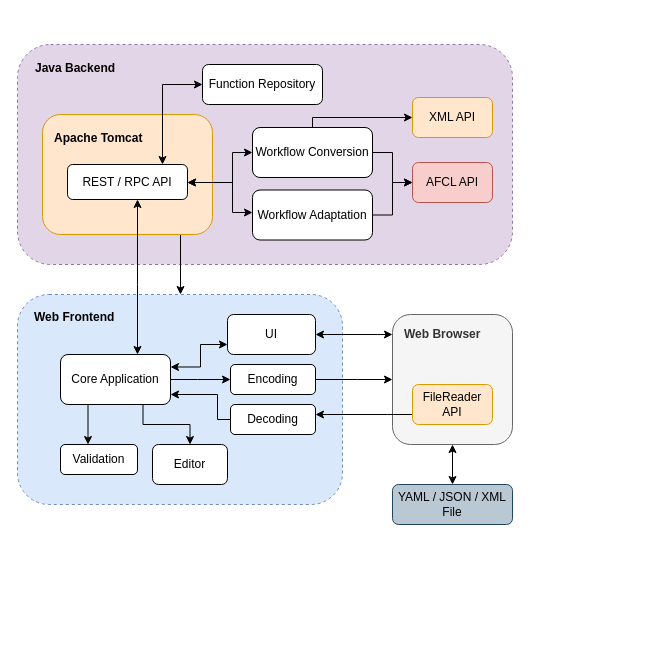
Above: doc/img/architecture.drawio in sashkoristov/FCEditor (draw.io), before the change. Source tidied: cells renumbered, new cells numbered last; positions are measured from the earlier drawing's top-left corner, leaving out a move shared by most shapes. Both pictures are drawn from the tidied source at 100%, with x=0, y=0 at pixel (17, 44).
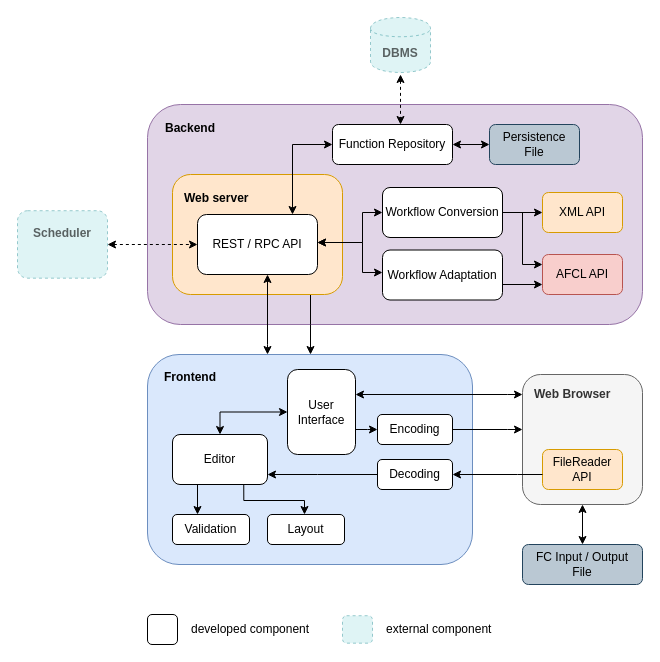
The same page after the edit.

Change to the diagram source:
```diff
@@
-    <mxCell id="2" value="Web Frontend" style="rounded=1;whiteSpace=wrap;html=1;align=left;dashed=1;verticalAlign=top;spacingLeft=6;spacing=11;fontStyle=1;fillColor=#dae8fc;strokeColor=#6c8ebf;" parent="1" vertex="1">
-      <mxGeometry y="250" width="325" height="210" as="geometry" />
+    <mxCell id="2" value="Frontend" style="rounded=1;whiteSpace=wrap;html=1;align=left;verticalAlign=top;spacingLeft=6;spacing=11;fontStyle=1;fillColor=#dae8fc;strokeColor=#6c8ebf;" parent="1" vertex="1">
+      <mxGeometry x="130" y="310" width="325" height="210" as="geometry" />
     </mxCell>
-    <mxCell id="3" value="Java Backend" style="rounded=1;whiteSpace=wrap;html=1;align=left;dashed=1;verticalAlign=top;spacingLeft=6;spacing=12;fontStyle=1;fillColor=#e1d5e7;strokeColor=#9673a6;" parent="1" vertex="1">
-      <mxGeometry width="495" height="220" as="geometry" />
+    <mxCell id="3" value="Backend" style="rounded=1;whiteSpace=wrap;html=1;align=left;verticalAlign=top;spacingLeft=6;spacing=12;fontStyle=1;fillColor=#e1d5e7;strokeColor=#9673a6;" parent="1" vertex="1">
+      <mxGeometry x="130" y="60" width="495" height="220" as="geometry" />
     </mxCell>
     <mxCell id="4" style="edgeStyle=orthogonalEdgeStyle;rounded=0;jettySize=auto;html=1;startArrow=none;startFill=0;" parent="1" edge="1" source="5" target="2">
       <mxGeometry relative="1" as="geometry">
         <Array as="points">
-          <mxPoint x="163" y="220" />
-          <mxPoint x="163" y="220" />
+          <mxPoint x="293" y="280" />
+          <mxPoint x="293" y="280" />
         </Array>
       </mxGeometry>
     </mxCell>
-    <mxCell id="5" value="&lt;div&gt;&lt;b&gt;Apache Tomcat&lt;br&gt;&lt;/b&gt;&lt;/div&gt;" style="rounded=1;whiteSpace=wrap;html=1;fillColor=#ffe6cc;strokeColor=#d79b00;align=left;verticalAlign=top;labelPosition=center;verticalLabelPosition=middle;spacingTop=0;spacing=12;" parent="1" vertex="1">
-      <mxGeometry x="25" y="70" width="170" height="120" as="geometry" />
+    <mxCell id="5" value="&lt;div&gt;&lt;b&gt;Web server&lt;br&gt;&lt;/b&gt;&lt;/div&gt;" style="rounded=1;whiteSpace=wrap;html=1;fillColor=#ffe6cc;strokeColor=#d79b00;align=left;verticalAlign=top;labelPosition=center;verticalLabelPosition=middle;spacingTop=0;spacing=12;" parent="1" vertex="1">
+      <mxGeometry x="155" y="130" width="170" height="120" as="geometry" />
     </mxCell>
-    <mxCell id="6" style="edgeStyle=orthogonalEdgeStyle;rounded=0;jettySize=auto;html=1;startArrow=none;startFill=0;" parent="1" edge="1" source="11" target="25">
-      <mxGeometry relative="1" as="geometry">
-        <Array as="points">
-          <mxPoint x="180" y="335" />
-          <mxPoint x="180" y="335" />
-        </Array>
-      </mxGeometry>
-    </mxCell>
-    <mxCell id="7" style="edgeStyle=orthogonalEdgeStyle;rounded=0;jettySize=auto;html=1;exitX=1;exitY=0.25;exitDx=0;exitDy=0;startArrow=classic;startFill=1;" parent="1" edge="1" source="11" target="28">
-      <mxGeometry relative="1" as="geometry">
-        <Array as="points">
-          <mxPoint x="183" y="323" />
-          <mxPoint x="183" y="300" />
-        </Array>
-      </mxGeometry>
-    </mxCell>
     <mxCell id="8" style="edgeStyle=orthogonalEdgeStyle;rounded=0;jettySize=auto;html=1;startArrow=classic;startFill=1;endArrow=none;endFill=0;" parent="1" edge="1" source="11" target="26">
       <mxGeometry relative="1" as="geometry">
         <Array as="points">
-          <mxPoint x="200" y="350" />
-          <mxPoint x="200" y="375" />
+          <mxPoint x="300" y="430" />
+          <mxPoint x="300" y="430" />
         </Array>
       </mxGeometry>
     </mxCell>
-    <mxCell id="9" style="edgeStyle=orthogonalEdgeStyle;rounded=0;jettySize=auto;html=1;exitX=0.25;exitY=1;exitDx=0;exitDy=0;startArrow=none;startFill=0;endArrow=classic;endFill=1;" parent="1" edge="1" source="11" target="35">
+    <mxCell id="9" style="edgeStyle=orthogonalEdgeStyle;rounded=0;jettySize=auto;html=1;startArrow=none;startFill=0;endArrow=classic;endFill=1;" parent="1" edge="1" source="11" target="35">
       <mxGeometry relative="1" as="geometry">
         <Array as="points">
-          <mxPoint x="71" y="390" />
-          <mxPoint x="71" y="390" />
+          <mxPoint x="180" y="465" />
+          <mxPoint x="180" y="465" />
         </Array>
       </mxGeometry>
     </mxCell>
-    <mxCell id="10" style="edgeStyle=orthogonalEdgeStyle;rounded=0;jettySize=auto;html=1;exitX=0.75;exitY=1;exitDx=0;exitDy=0;startArrow=none;startFill=0;endArrow=classic;endFill=1;" parent="1" edge="1" source="11" target="36">
-      <mxGeometry relative="1" as="geometry" />
-    </mxCell>
+    <mxCell id="7" style="edgeStyle=orthogonalEdgeStyle;rounded=0;jettySize=auto;html=1;exitX=0.5;exitY=0;exitDx=0;exitDy=0;entryX=0;entryY=0.5;entryDx=0;entryDy=0;startArrow=classic;startFill=1;" parent="1" edge="1" source="11" target="28">
+      <mxGeometry relative="1" as="geometry" />
+    </mxCell>
+    <mxCell id="37" style="edgeStyle=orthogonalEdgeStyle;rounded=0;jettySize=auto;html=1;exitX=0.75;exitY=1;exitDx=0;exitDy=0;startArrow=none;startFill=0;" parent="1" edge="1" source="11" target="40">
+      <mxGeometry relative="1" as="geometry">
+        <Array as="points">
+          <mxPoint x="226" y="456" />
+          <mxPoint x="287" y="456" />
+        </Array>
+      </mxGeometry>
+    </mxCell>
-    <mxCell id="11" value="Core Application" style="rounded=1;whiteSpace=wrap;html=1;" parent="1" vertex="1">
-      <mxGeometry x="43" y="310" width="110" height="50" as="geometry" />
+    <mxCell id="11" value="Editor" style="rounded=1;whiteSpace=wrap;html=1;" parent="1" vertex="1">
+      <mxGeometry x="155" y="390" width="95" height="50" as="geometry" />
     </mxCell>
-    <mxCell id="12" style="edgeStyle=orthogonalEdgeStyle;rounded=0;jettySize=auto;html=1;startArrow=classic;startFill=1;" parent="1" edge="1" source="14" target="11">
+    <mxCell id="12" style="edgeStyle=orthogonalEdgeStyle;rounded=0;jettySize=auto;html=1;startArrow=classic;startFill=1;" parent="1" edge="1" source="14">
       <mxGeometry relative="1" as="geometry">
+        <mxPoint x="250" y="310" as="targetPoint" />
         <Array as="points">
-          <mxPoint x="120" y="240" />
-          <mxPoint x="120" y="240" />
+          <mxPoint x="250" y="300" />
+          <mxPoint x="250" y="300" />
         </Array>
       </mxGeometry>
     </mxCell>
     <mxCell id="13" style="edgeStyle=orthogonalEdgeStyle;rounded=0;jettySize=auto;html=1;startArrow=classic;startFill=1;" parent="1" edge="1" source="14" target="23">
       <mxGeometry relative="1" as="geometry">
         <Array as="points">
-          <mxPoint x="145" y="40" />
+          <mxPoint x="275" y="100" />
         </Array>
       </mxGeometry>
     </mxCell>
     <mxCell id="14" value="REST / RPC API" style="rounded=1;whiteSpace=wrap;html=1;" parent="1" vertex="1">
-      <mxGeometry x="50" y="120" width="120" height="35" as="geometry" />
+      <mxGeometry x="180" y="170" width="120" height="60" as="geometry" />
     </mxCell>
-    <mxCell id="15" style="edgeStyle=orthogonalEdgeStyle;rounded=0;jettySize=auto;html=1;startArrow=none;startFill=0;" parent="1" edge="1" source="18" target="29">
-      <mxGeometry relative="1" as="geometry">
-        <Array as="points">
-          <mxPoint x="295" y="73" />
-        </Array>
-      </mxGeometry>
+    <mxCell id="15" style="edgeStyle=orthogonalEdgeStyle;rounded=0;jettySize=auto;html=1;startArrow=none;startFill=0;exitX=1;exitY=0.5;exitDx=0;exitDy=0;" parent="1" edge="1" source="18" target="29">
+      <mxGeometry relative="1" as="geometry" />
     </mxCell>
     <mxCell id="16" style="edgeStyle=orthogonalEdgeStyle;rounded=0;jettySize=auto;html=1;startArrow=classic;startFill=1;" parent="1" edge="1" source="18" target="14">
       <mxGeometry relative="1" as="geometry">
         <Array as="points">
-          <mxPoint x="215" y="108" />
-          <mxPoint x="215" y="138" />
+          <mxPoint x="345" y="168" />
+          <mxPoint x="345" y="198" />
         </Array>
       </mxGeometry>
     </mxCell>
-    <mxCell id="17" style="edgeStyle=orthogonalEdgeStyle;rounded=0;jettySize=auto;html=1;startArrow=none;startFill=0;exitX=1;exitY=0.5;exitDx=0;exitDy=0;" parent="1" edge="1" source="18" target="22">
+    <mxCell id="17" style="edgeStyle=orthogonalEdgeStyle;rounded=0;jettySize=auto;html=1;startArrow=none;startFill=0;exitX=1;exitY=0.5;exitDx=0;exitDy=0;entryX=0;entryY=0.25;entryDx=0;entryDy=0;endArrow=classic;endFill=1;" parent="1" edge="1" source="18" target="22">
       <mxGeometry relative="1" as="geometry">
         <Array as="points">
-          <mxPoint x="375" y="108" />
-          <mxPoint x="375" y="138" />
+          <mxPoint x="505" y="168" />
+          <mxPoint x="505" y="220" />
         </Array>
       </mxGeometry>
     </mxCell>
     <mxCell id="18" value="Workflow Conversion " style="rounded=1;whiteSpace=wrap;html=1;align=center;labelPosition=center;verticalLabelPosition=middle;verticalAlign=middle;" parent="1" vertex="1">
-      <mxGeometry x="235" y="83" width="120" height="50" as="geometry" />
+      <mxGeometry x="365" y="143" width="120" height="50" as="geometry" />
     </mxCell>
     <mxCell id="19" style="edgeStyle=orthogonalEdgeStyle;rounded=0;jettySize=auto;html=1;exitX=1;exitY=0.5;exitDx=0;exitDy=0;startArrow=none;startFill=0;" parent="1" edge="1" source="21" target="22">
       <mxGeometry relative="1" as="geometry">
         <Array as="points">
-          <mxPoint x="375" y="171" />
+          <mxPoint x="485" y="240" />
         </Array>
       </mxGeometry>
     </mxCell>
     <mxCell id="20" style="edgeStyle=orthogonalEdgeStyle;rounded=0;jettySize=auto;html=1;startArrow=classic;startFill=1;" parent="1" edge="1" source="21" target="14">
       <mxGeometry relative="1" as="geometry">
         <Array as="points">
-          <mxPoint x="215" y="168" />
-          <mxPoint x="215" y="138" />
+          <mxPoint x="345" y="228" />
+          <mxPoint x="345" y="198" />
         </Array>
       </mxGeometry>
     </mxCell>
     <mxCell id="21" value="Workflow Adaptation" style="rounded=1;whiteSpace=wrap;html=1;align=center;labelPosition=center;verticalLabelPosition=middle;verticalAlign=middle;" parent="1" vertex="1">
-      <mxGeometry x="235" y="145.5" width="120" height="50" as="geometry" />
+      <mxGeometry x="365" y="205.5" width="120" height="50" as="geometry" />
     </mxCell>
     <mxCell id="22" value="AFCL API" style="rounded=1;whiteSpace=wrap;html=1;align=center;labelPosition=center;verticalLabelPosition=middle;verticalAlign=middle;fillColor=#f8cecc;strokeColor=#b85450;" parent="1" vertex="1">
-      <mxGeometry x="395" y="118" width="80" height="40" as="geometry" />
+      <mxGeometry x="525" y="210" width="80" height="40" as="geometry" />
     </mxCell>
+    <mxCell id="38" style="edgeStyle=orthogonalEdgeStyle;rounded=0;jettySize=auto;html=1;exitX=1;exitY=0.5;exitDx=0;exitDy=0;entryX=0;entryY=0.5;entryDx=0;entryDy=0;startArrow=classic;startFill=1;" parent="1" edge="1" source="23" target="44">
+      <mxGeometry relative="1" as="geometry" />
+    </mxCell>
     <mxCell id="23" value="Function Repository" style="rounded=1;whiteSpace=wrap;html=1;align=center;labelPosition=center;verticalLabelPosition=middle;verticalAlign=middle;" parent="1" vertex="1">
-      <mxGeometry x="185" y="20" width="120" height="40" as="geometry" />
+      <mxGeometry x="315" y="80" width="120" height="40" as="geometry" />
     </mxCell>
-    <mxCell id="24" style="edgeStyle=orthogonalEdgeStyle;rounded=0;jettySize=auto;html=1;exitX=1;exitY=0.5;exitDx=0;exitDy=0;startArrow=none;startFill=0;endArrow=classic;endFill=1;" parent="1" edge="1" source="25" target="30">
-      <mxGeometry relative="1" as="geometry">
-        <Array as="points">
-          <mxPoint x="340" y="335" />
-          <mxPoint x="340" y="335" />
-        </Array>
-      </mxGeometry>
-    </mxCell>
-    <mxCell id="25" value="Encoding" style="rounded=1;whiteSpace=wrap;html=1;" parent="1" vertex="1">
-      <mxGeometry x="213" y="320" width="85" height="30" as="geometry" />
-    </mxCell>
-    <mxCell id="26" value="Decoding" style="rounded=1;whiteSpace=wrap;html=1;" parent="1" vertex="1">
-      <mxGeometry x="213" y="360" width="85" height="30" as="geometry" />
-    </mxCell>
     <mxCell id="27" style="edgeStyle=orthogonalEdgeStyle;rounded=0;jettySize=auto;html=1;startArrow=classic;startFill=1;" parent="1" edge="1" source="28" target="30">
       <mxGeometry relative="1" as="geometry">
         <Array as="points">
-          <mxPoint x="360" y="290" />
-          <mxPoint x="360" y="290" />
+          <mxPoint x="490" y="350" />
+          <mxPoint x="490" y="350" />
         </Array>
       </mxGeometry>
     </mxCell>
-    <mxCell id="28" value="UI" style="rounded=1;whiteSpace=wrap;html=1;" parent="1" vertex="1">
-      <mxGeometry x="210" y="270" width="88" height="40" as="geometry" />
-    </mxCell>
     <mxCell id="29" value="XML API" style="rounded=1;whiteSpace=wrap;html=1;align=center;labelPosition=center;verticalLabelPosition=middle;verticalAlign=middle;fillColor=#ffe6cc;strokeColor=#d79b00;" parent="1" vertex="1">
-      <mxGeometry x="395" y="53" width="80" height="40" as="geometry" />
+      <mxGeometry x="525" y="148" width="80" height="40" as="geometry" />
     </mxCell>
     <mxCell id="30" value="Web Browser" style="rounded=1;whiteSpace=wrap;html=1;align=left;fillColor=#f5f5f5;strokeColor=#666666;fontColor=#333333;verticalAlign=top;fontStyle=1;spacingLeft=4;spacing=8;" parent="1" vertex="1">
-      <mxGeometry x="375" y="270" width="120" height="130" as="geometry" />
+      <mxGeometry x="505" y="330" width="120" height="130" as="geometry" />
     </mxCell>
-    <mxCell id="31" style="edgeStyle=orthogonalEdgeStyle;rounded=0;jettySize=auto;html=1;startArrow=none;startFill=0;" parent="1" edge="1" source="32" target="26">
-      <mxGeometry relative="1" as="geometry">
-        <Array as="points">
-          <mxPoint x="370" y="370" />
-          <mxPoint x="370" y="370" />
-        </Array>
-      </mxGeometry>
-    </mxCell>
     <mxCell id="32" value="FileReader API" style="rounded=1;whiteSpace=wrap;html=1;align=center;labelPosition=center;verticalLabelPosition=middle;verticalAlign=middle;fillColor=#ffe6cc;strokeColor=#d79b00;" parent="1" vertex="1">
-      <mxGeometry x="395" y="340" width="80" height="40" as="geometry" />
+      <mxGeometry x="525" y="405" width="80" height="40" as="geometry" />
     </mxCell>
@@
-    <mxCell id="34" value="&lt;div&gt;YAML / JSON / XML File&lt;br&gt;&lt;/div&gt;" style="rounded=1;whiteSpace=wrap;html=1;align=center;fillColor=#bac8d3;strokeColor=#23445d;" parent="1" vertex="1">
-      <mxGeometry x="375" y="440" width="120" height="40" as="geometry" />
+    <mxCell id="34" value="&lt;div&gt;FC Input / Output&lt;br&gt;File&lt;br&gt;&lt;/div&gt;" style="rounded=1;whiteSpace=wrap;html=1;align=center;fillColor=#bac8d3;strokeColor=#23445d;" parent="1" vertex="1">
+      <mxGeometry x="505" y="500" width="120" height="40" as="geometry" />
     </mxCell>
     <mxCell id="35" value="Validation" style="rounded=1;whiteSpace=wrap;html=1;" parent="1" vertex="1">
-      <mxGeometry x="43" y="400" width="77" height="30" as="geometry" />
+      <mxGeometry x="155" y="470" width="77" height="30" as="geometry" />
     </mxCell>
-    <mxCell id="36" value="Editor" style="rounded=1;whiteSpace=wrap;html=1;" parent="1" vertex="1">
-      <mxGeometry x="135" y="400" width="75" height="40" as="geometry" />
-    </mxCell>
+    <mxCell id="39" style="edgeStyle=orthogonalEdgeStyle;rounded=0;jettySize=auto;html=1;" parent="1" edge="1" source="28" target="25">
+      <mxGeometry relative="1" as="geometry">
+        <Array as="points">
+          <mxPoint x="350" y="385" />
+          <mxPoint x="350" y="385" />
+        </Array>
+      </mxGeometry>
+    </mxCell>
+    <mxCell id="28" value="User Interface" style="rounded=1;whiteSpace=wrap;html=1;" parent="1" vertex="1">
+      <mxGeometry x="270" y="325" width="68" height="85" as="geometry" />
+    </mxCell>
+    <mxCell id="24" style="edgeStyle=orthogonalEdgeStyle;rounded=0;jettySize=auto;html=1;exitX=1;exitY=0.5;exitDx=0;exitDy=0;" parent="1" edge="1" source="25" target="30">
+      <mxGeometry relative="1" as="geometry">
+        <Array as="points">
+          <mxPoint x="490" y="385" />
+          <mxPoint x="490" y="385" />
+        </Array>
+      </mxGeometry>
+    </mxCell>
+    <mxCell id="25" value="Encoding" style="rounded=1;whiteSpace=wrap;html=1;" parent="1" vertex="1">
+      <mxGeometry x="360" y="370" width="75" height="30" as="geometry" />
+    </mxCell>
+    <mxCell id="26" value="Decoding" style="rounded=1;whiteSpace=wrap;html=1;" parent="1" vertex="1">
+      <mxGeometry x="360" y="415" width="75" height="30" as="geometry" />
+    </mxCell>
+    <mxCell id="31" style="edgeStyle=orthogonalEdgeStyle;rounded=0;jettySize=auto;html=1;startArrow=none;startFill=0;" parent="1" edge="1" source="32" target="26">
+      <mxGeometry relative="1" as="geometry">
+        <Array as="points">
+          <mxPoint x="500" y="430" />
+          <mxPoint x="500" y="430" />
+        </Array>
+      </mxGeometry>
+    </mxCell>
+    <mxCell id="40" value="Layout" style="rounded=1;whiteSpace=wrap;html=1;" parent="1" vertex="1">
+      <mxGeometry x="250" y="470" width="77" height="30" as="geometry" />
+    </mxCell>
+    <mxCell id="41" style="edgeStyle=orthogonalEdgeStyle;rounded=0;jettySize=auto;html=1;startArrow=classic;startFill=1;dashed=1;" parent="1" edge="1" source="42" target="14">
+      <mxGeometry relative="1" as="geometry">
+        <Array as="points">
+          <mxPoint x="130" y="200" />
+          <mxPoint x="130" y="200" />
+        </Array>
+      </mxGeometry>
+    </mxCell>
+    <mxCell id="42" value="Scheduler" style="rounded=1;whiteSpace=wrap;html=1;align=center;verticalAlign=top;spacingLeft=0;spacing=11;fontStyle=1;fillColor=#b0e3e6;strokeColor=#0e8088;dashed=1;opacity=40;textOpacity=60;" parent="1" vertex="1">
+      <mxGeometry y="166.2" width="90" height="67.5" as="geometry" />
+    </mxCell>
+    <mxCell id="43" style="edgeStyle=orthogonalEdgeStyle;rounded=0;jettySize=auto;html=1;startArrow=classic;startFill=1;dashed=1;" parent="1" edge="1" target="23">
+      <mxGeometry relative="1" as="geometry">
+        <mxPoint x="383" y="30" as="sourcePoint" />
+        <Array as="points">
+          <mxPoint x="383" y="40" />
+          <mxPoint x="383" y="40" />
+        </Array>
+      </mxGeometry>
+    </mxCell>
+    <mxCell id="44" value="&lt;div&gt;Persistence&lt;br&gt;File&lt;br&gt;&lt;/div&gt;" style="rounded=1;whiteSpace=wrap;html=1;align=center;fillColor=#bac8d3;strokeColor=#23445d;" parent="1" vertex="1">
+      <mxGeometry x="472" y="80" width="90" height="40" as="geometry" />
+    </mxCell>
+    <mxCell id="45" value="external component" style="text;html=1;strokeColor=none;fillColor=none;align=left;verticalAlign=middle;whiteSpace=wrap;rounded=0;dashed=1;fontFamily=Helvetica;spacingLeft=12;" parent="1" vertex="1">
+      <mxGeometry x="355" y="575" width="135" height="20" as="geometry" />
+    </mxCell>
+    <mxCell id="46" style="rounded=1;whiteSpace=wrap;html=1;" parent="1" vertex="1">
+      <mxGeometry x="130" y="570" width="30" height="30" as="geometry" />
+    </mxCell>
+    <mxCell id="47" value="developed component" style="text;html=1;strokeColor=none;fillColor=none;align=left;verticalAlign=middle;whiteSpace=wrap;rounded=0;dashed=1;fontFamily=Helvetica;spacingLeft=12;" parent="1" vertex="1">
+      <mxGeometry x="160" y="575" width="150" height="20" as="geometry" />
+    </mxCell>
+    <mxCell id="48" style="rounded=1;whiteSpace=wrap;html=1;align=center;verticalAlign=top;spacingLeft=0;spacing=11;fontStyle=1;fillColor=#b0e3e6;strokeColor=#0e8088;dashed=1;opacity=40;textOpacity=60;" parent="1" vertex="1">
+      <mxGeometry x="325" y="571.2" width="30" height="27.5" as="geometry" />
+    </mxCell>
+    <mxCell id="49" value="DBMS" style="shape=cylinder;whiteSpace=wrap;html=1;boundedLbl=1;backgroundOutline=1;rounded=0;shadow=0;dashed=1;fontFamily=Helvetica;align=center;fillColor=#b0e3e6;strokeColor=#0e8088;opacity=40;fontStyle=1;textOpacity=60;" parent="1" vertex="1">
+      <mxGeometry x="353" y="-27" width="60" height="55" as="geometry" />
+    </mxCell>
```
